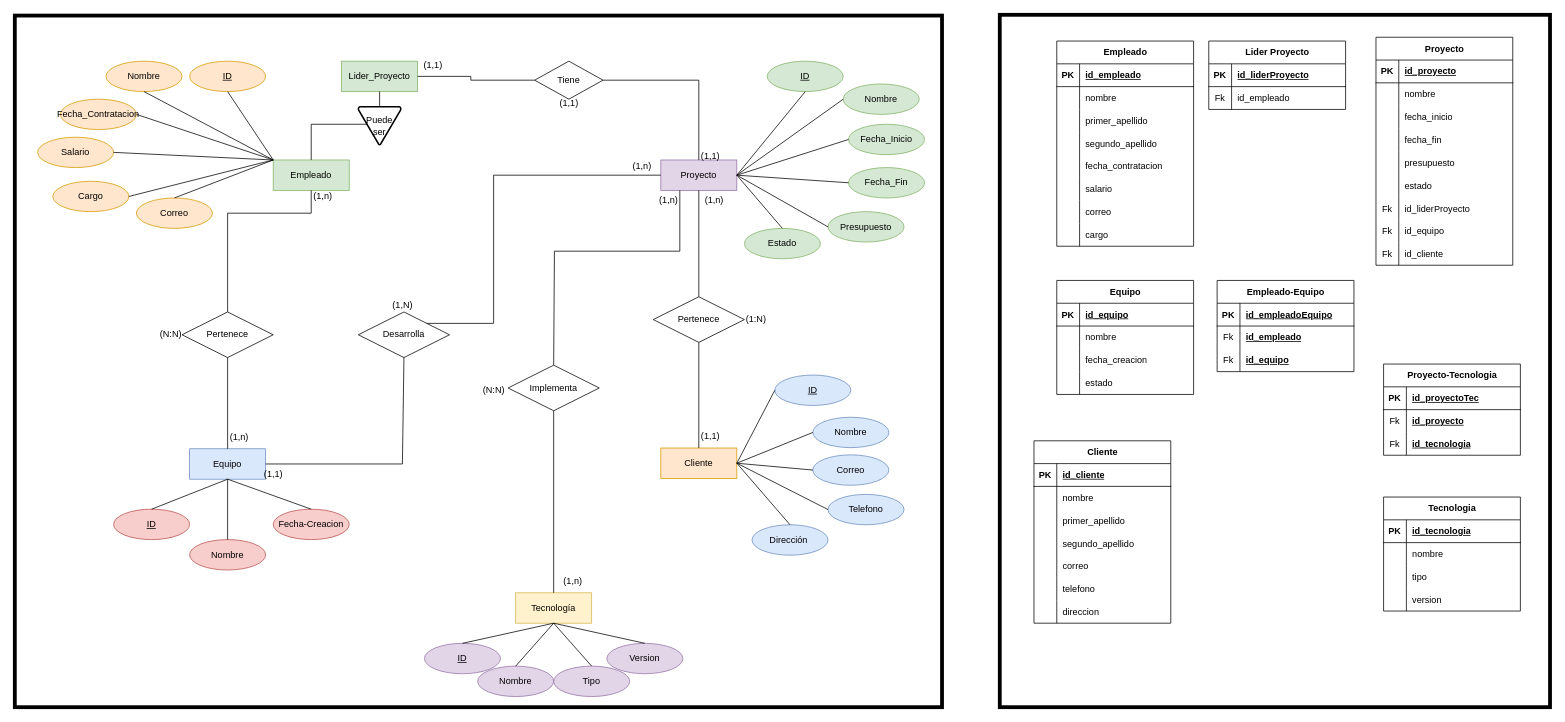
Earlier version of the draw.io diagram Proyecto.drawio (SebassX69/DiagramasDB). Source tidied: cells renumbered, new cells numbered last; positions are measured from the earlier drawing's top-left corner, leaving out a move shared by most shapes. Both pictures are drawn from the tidied source at 76%, with x=0, y=0 at pixel (14, 14).
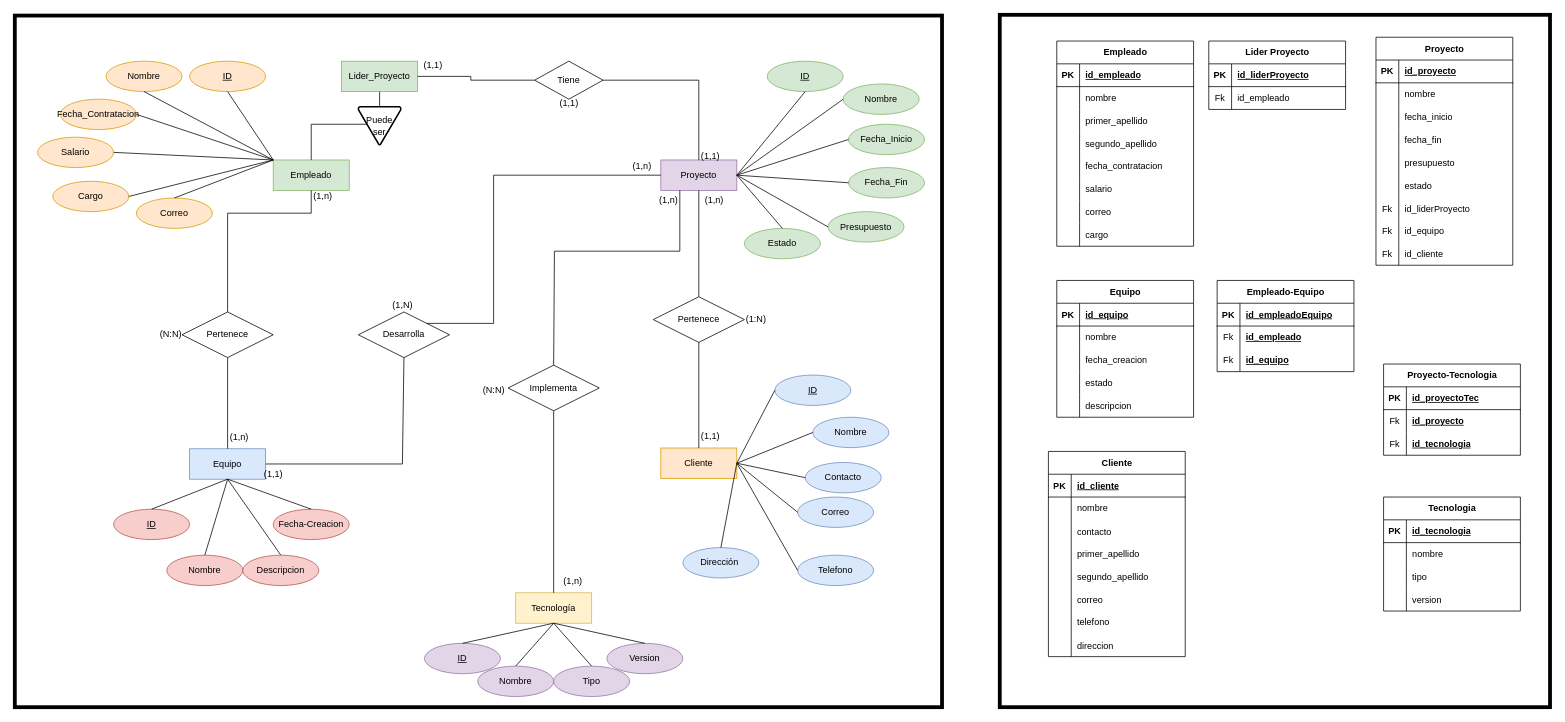
Above is the later version.

Unchanged cells that the change refers to:
```xml
<mxCell id="4" value="Cliente" style="whiteSpace=wrap;html=1;align=center;fillColor=#ffe6cc;strokeColor=#d79b00;" parent="1" vertex="1">
  <mxGeometry x="850" y="570" width="100" height="40" as="geometry" />
</mxCell>
<mxCell id="6" value="Equipo" style="whiteSpace=wrap;html=1;align=center;fillColor=#dae8fc;strokeColor=#6c8ebf;" parent="1" vertex="1">
  <mxGeometry x="230" y="571" width="100" height="40" as="geometry" />
</mxCell>
```

What changed in the source:
```diff
@@
+    <mxCell id="218" style="rounded=0;whiteSpace=wrap;html=1;strokeWidth=5;fillColor=none;" parent="1" vertex="1">
+      <mxGeometry x="1296" width="724" height="911" as="geometry" />
+    </mxCell>
+    <mxCell id="217" style="rounded=0;whiteSpace=wrap;html=1;strokeWidth=5;fillColor=none;" parent="1" vertex="1">
+      <mxGeometry y="1" width="1220" height="910" as="geometry" />
+    </mxCell>
@@
     <mxCell id="21" value="Correo" style="ellipse;whiteSpace=wrap;html=1;align=center;fillColor=#dae8fc;strokeColor=#6c8ebf;" parent="1" vertex="1">
-      <mxGeometry x="1050" y="579" width="100" height="40" as="geometry" />
+      <mxGeometry x="1030" y="634.5" width="100" height="40" as="geometry" />
     </mxCell>
     <mxCell id="22" value="Telefono" style="ellipse;whiteSpace=wrap;html=1;align=center;fillColor=#dae8fc;strokeColor=#6c8ebf;" parent="1" vertex="1">
-      <mxGeometry x="1070" y="631" width="100" height="40" as="geometry" />
+      <mxGeometry x="1030" y="711" width="100" height="40" as="geometry" />
     </mxCell>
     <mxCell id="23" value="Dirección&amp;nbsp;" style="ellipse;whiteSpace=wrap;html=1;align=center;fillColor=#dae8fc;strokeColor=#6c8ebf;" parent="1" vertex="1">
-      <mxGeometry x="970" y="671" width="100" height="40" as="geometry" />
+      <mxGeometry x="879" y="701" width="100" height="40" as="geometry" />
     </mxCell>
@@
     <mxCell id="29" value="Nombre" style="ellipse;whiteSpace=wrap;html=1;align=center;fillColor=#f8cecc;strokeColor=#b85450;" parent="1" vertex="1">
-      <mxGeometry x="230" y="690.5" width="100" height="40" as="geometry" />
+      <mxGeometry x="200" y="711" width="100" height="40" as="geometry" />
     </mxCell>
@@
     <mxCell id="142" value="Cliente" style="shape=table;startSize=30;childLayout=tableLayout;rowLines=0;fontStyle=1;align=center;html=1;" parent="1" vertex="1">
-      <mxGeometry x="1341" y="560.5" width="180" height="240" as="geometry" />
+      <mxGeometry x="1360" y="574.5" width="180" height="270" as="geometry" />
     </mxCell>
@@
+    <mxCell id="219" style="shape=tableRow;horizontal=0;startSize=0;swimlaneHead=0;swimlaneBody=0;fillColor=none;top=0;left=0;right=0;bottom=0;" parent="142" vertex="1">
+      <mxGeometry y="90" width="180" height="30" as="geometry" />
+    </mxCell>
+    <mxCell id="220" style="shape=partialRectangle;fillColor=none;top=0;left=0;bottom=0;right=0;overflow=hidden;" parent="219" vertex="1">
+      <mxGeometry width="30" height="30" as="geometry" />
+    </mxCell>
+    <mxCell id="221" value="contacto" style="shape=partialRectangle;fillColor=none;top=0;left=0;bottom=0;right=0;align=left;spacingLeft=6;overflow=hidden;" parent="219" vertex="1">
+      <mxGeometry x="30" width="150" height="30" as="geometry" />
+    </mxCell>
     <mxCell id="149" style="shape=tableRow;horizontal=0;startSize=0;swimlaneHead=0;swimlaneBody=0;fillColor=none;top=0;left=0;right=0;bottom=0;" parent="142" vertex="1">
-      <mxGeometry y="90" width="180" height="30" as="geometry" />
+      <mxGeometry y="120" width="180" height="30" as="geometry" />
     </mxCell>
@@
     <mxCell id="152" style="shape=tableRow;horizontal=0;startSize=0;swimlaneHead=0;swimlaneBody=0;fillColor=none;top=0;left=0;right=0;bottom=0;" parent="142" vertex="1">
-      <mxGeometry y="120" width="180" height="30" as="geometry" />
+      <mxGeometry y="150" width="180" height="30" as="geometry" />
     </mxCell>
@@
     <mxCell id="155" style="shape=tableRow;horizontal=0;startSize=0;swimlaneHead=0;swimlaneBody=0;fillColor=none;top=0;left=0;right=0;bottom=0;" parent="142" vertex="1">
-      <mxGeometry y="150" width="180" height="30" as="geometry" />
+      <mxGeometry y="180" width="180" height="30" as="geometry" />
     </mxCell>
@@
     <mxCell id="158" style="shape=tableRow;horizontal=0;startSize=0;swimlaneHead=0;swimlaneBody=0;fillColor=none;top=0;left=0;right=0;bottom=0;" parent="142" vertex="1">
-      <mxGeometry y="180" width="180" height="30" as="geometry" />
+      <mxGeometry y="210" width="180" height="30" as="geometry" />
     </mxCell>
@@
     <mxCell id="161" style="shape=tableRow;horizontal=0;startSize=0;swimlaneHead=0;swimlaneBody=0;fillColor=none;top=0;left=0;right=0;bottom=0;" parent="142" vertex="1">
-      <mxGeometry y="210" width="180" height="30" as="geometry" />
+      <mxGeometry y="240" width="180" height="30" as="geometry" />
     </mxCell>
@@
     <mxCell id="177" value="Equipo" style="shape=table;startSize=30;childLayout=tableLayout;rowLines=0;fontStyle=1;align=center;html=1;" parent="1" vertex="1">
-      <mxGeometry x="1371" y="349.5" width="180" height="150" as="geometry" />
+      <mxGeometry x="1371" y="349.5" width="180" height="180" as="geometry" />
     </mxCell>
@@
+    <mxCell id="222" style="shape=tableRow;horizontal=0;startSize=0;swimlaneHead=0;swimlaneBody=0;fillColor=none;top=0;left=0;right=0;bottom=0;" parent="177" vertex="1">
+      <mxGeometry y="150" width="180" height="30" as="geometry" />
+    </mxCell>
+    <mxCell id="223" style="shape=partialRectangle;fillColor=none;top=0;left=0;bottom=0;right=0;overflow=hidden;" parent="222" vertex="1">
+      <mxGeometry width="30" height="30" as="geometry" />
+    </mxCell>
+    <mxCell id="224" value="descripcion" style="shape=partialRectangle;fillColor=none;top=0;left=0;bottom=0;right=0;align=left;spacingLeft=6;overflow=hidden;" parent="222" vertex="1">
+      <mxGeometry x="30" width="150" height="30" as="geometry" />
+    </mxCell>
@@
-    <mxCell id="217" style="rounded=0;whiteSpace=wrap;html=1;strokeWidth=5;fillColor=none;" parent="1" vertex="1">
-      <mxGeometry y="1" width="1220" height="910" as="geometry" />
-    </mxCell>
-    <mxCell id="218" style="rounded=0;whiteSpace=wrap;html=1;strokeWidth=5;fillColor=none;" parent="1" vertex="1">
-      <mxGeometry x="1296" width="724" height="911" as="geometry" />
-    </mxCell>
+    <mxCell id="225" value="Descripcion" style="ellipse;whiteSpace=wrap;html=1;align=center;fillColor=#f8cecc;strokeColor=#b85450;" parent="1" vertex="1">
+      <mxGeometry x="300" y="711" width="100" height="40" as="geometry" />
+    </mxCell>
+    <mxCell id="226" style="endArrow=none;html=1;rounded=0;exitX=0.5;exitY=1;exitDx=0;exitDy=0;entryX=0.5;entryY=0;entryDx=0;entryDy=0;" parent="1" edge="1" source="6" target="225">
+      <mxGeometry relative="1" as="geometry" />
+    </mxCell>
+    <mxCell id="227" value="Contacto" style="ellipse;whiteSpace=wrap;html=1;align=center;fillColor=#dae8fc;strokeColor=#6c8ebf;" parent="1" vertex="1">
+      <mxGeometry x="1040" y="589" width="100" height="40" as="geometry" />
+    </mxCell>
+    <mxCell id="228" style="endArrow=none;html=1;rounded=0;exitX=0;exitY=0.5;exitDx=0;exitDy=0;entryX=1;entryY=0.5;entryDx=0;entryDy=0;" parent="1" edge="1" source="227" target="4">
+      <mxGeometry relative="1" as="geometry" />
+    </mxCell>
```
